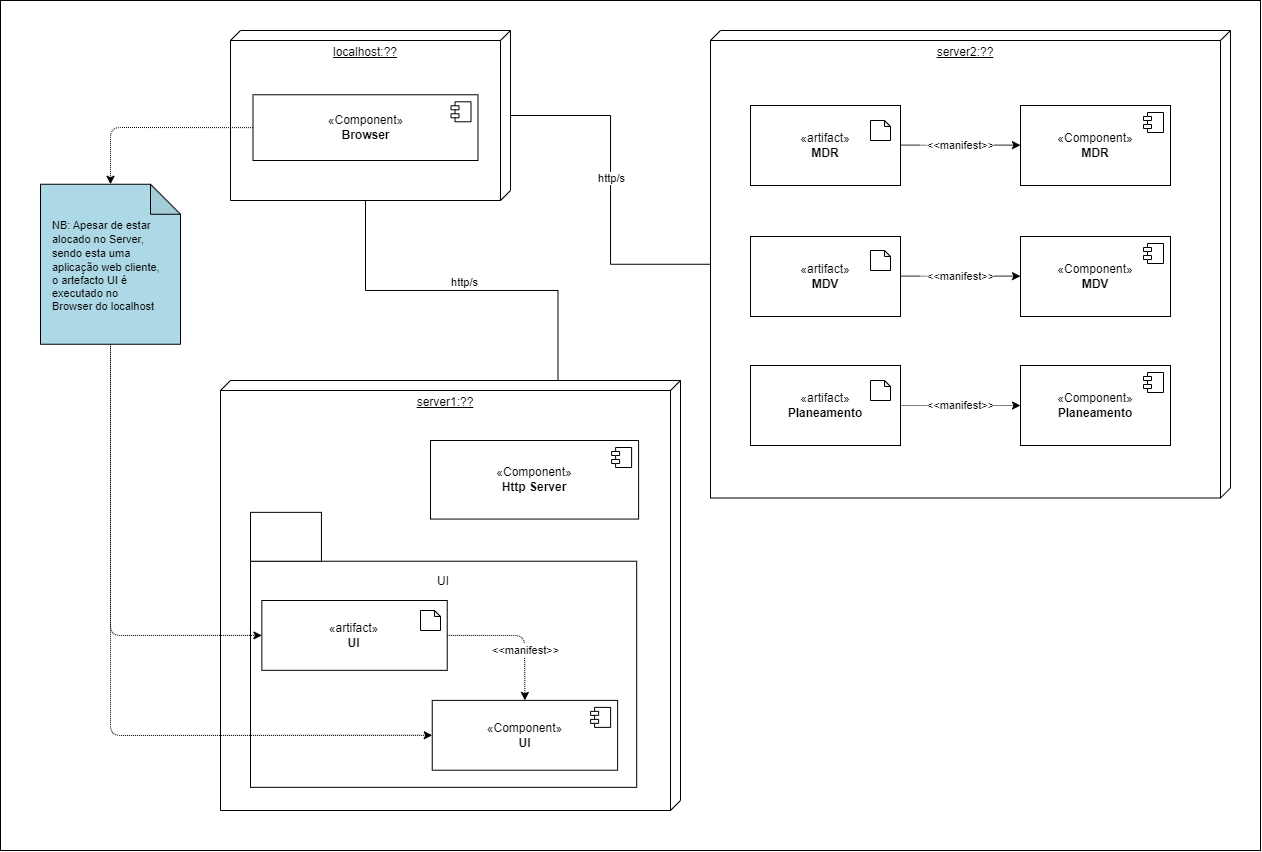
Earlier version of the draw.io export docs/global-artifacts/03.design/mapping-views/level-2/png/N2-VI-VF.png (vscosousa/LAPR5_3DC_G15). Source tidied: cells renumbered, new cells last; positions are measured from the earlier drawing's top-left corner, leaving out a move shared by most shapes.
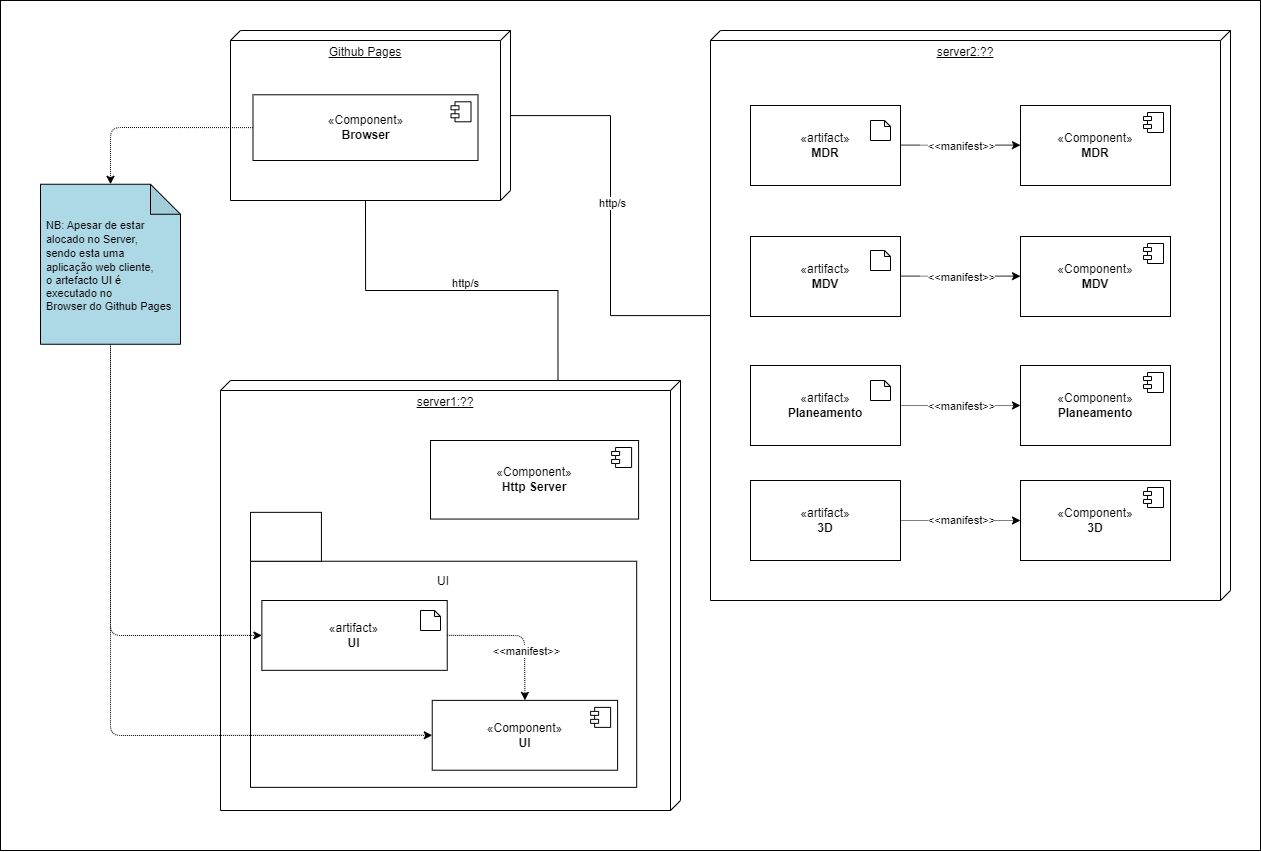
Later version of the same file.

Change to the diagram source:
```diff
@@ -73,10 +73,10 @@
       </mxGeometry>
     </mxCell>
     <mxCell id="22" style="group;" parent="19" vertex="1">
-      <mxGeometry x="710" y="30" width="520" height="467.5" as="geometry" />
+      <mxGeometry x="710" y="30" width="520" height="570" as="geometry" />
     </mxCell>
     <mxCell id="23" value="server2:??" style="verticalAlign=top;align=center;spacingTop=8;spacingLeft=2;spacingRight=12;shape=cube;size=10;direction=south;fontStyle=4;html=1;whiteSpace=wrap;" parent="22" vertex="1">
-      <mxGeometry width="520" height="467.5" as="geometry" />
+      <mxGeometry width="520" height="570" as="geometry" />
     </mxCell>
     <mxCell id="24" value="«Component&lt;span style=&quot;background-color: initial;&quot;&gt;»&lt;/span&gt;&lt;div&gt;&lt;b&gt;MDR&lt;/b&gt;&lt;/div&gt;" style="html=1;whiteSpace=wrap;" parent="22" vertex="1">
       <mxGeometry x="310" y="75" width="150" height="80" as="geometry" />
@@ -160,10 +160,29 @@
         <mxPoint x="-18" y="1" as="offset" />
       </mxGeometry>
     </mxCell>
+    <mxCell id="51" style="edgeStyle=none;html=1;entryX=0;entryY=0.5;entryDx=0;entryDy=0;dashed=1;dashPattern=1 1;" parent="22" edge="1" source="53" target="54">
+      <mxGeometry relative="1" as="geometry" />
+    </mxCell>
+    <mxCell id="52" value="&amp;lt;&amp;lt;manifest&amp;gt;&amp;gt;" style="edgeLabel;html=1;align=center;verticalAlign=middle;" parent="51" vertex="1">
+      <mxGeometry x="0.06" relative="1" as="geometry">
+        <mxPoint x="-4" y="-1" as="offset" />
+      </mxGeometry>
+    </mxCell>
+    <mxCell id="53" value="«artifact&lt;span style=&quot;background-color: initial;&quot;&gt;»&lt;/span&gt;&lt;div&gt;&lt;b&gt;3D&lt;/b&gt;&lt;/div&gt;" style="html=1;whiteSpace=wrap;" parent="22" vertex="1">
+      <mxGeometry x="40" y="450" width="150" height="80" as="geometry" />
+    </mxCell>
+    <mxCell id="54" value="«Component&lt;span style=&quot;background-color: initial;&quot;&gt;»&lt;/span&gt;&lt;div&gt;&lt;b&gt;3D&lt;/b&gt;&lt;/div&gt;" style="html=1;whiteSpace=wrap;" parent="22" vertex="1">
+      <mxGeometry x="310" y="450" width="150" height="80" as="geometry" />
+    </mxCell>
+    <mxCell id="55" style="shape=module;jettyWidth=8;jettyHeight=4;" parent="54" vertex="1">
+      <mxGeometry x="1" width="20" height="20" relative="1" as="geometry">
+        <mxPoint x="-27" y="7" as="offset" />
+      </mxGeometry>
+    </mxCell>
     <mxCell id="42" style="group;" parent="19" vertex="1">
       <mxGeometry x="230" y="30" width="280" height="210" as="geometry" />
     </mxCell>
-    <mxCell id="43" value="localhost:??" style="verticalAlign=top;align=center;spacingTop=8;spacingLeft=2;spacingRight=12;shape=cube;size=10;direction=south;fontStyle=4;html=1;whiteSpace=wrap;" parent="42" vertex="1">
+    <mxCell id="43" value="Github Pages" style="verticalAlign=top;align=center;spacingTop=8;spacingLeft=2;spacingRight=12;shape=cube;size=10;direction=south;fontStyle=4;html=1;whiteSpace=wrap;" parent="42" vertex="1">
       <mxGeometry width="280" height="170" as="geometry" />
     </mxCell>
     <mxCell id="44" value="«Component&lt;span style=&quot;background-color: initial;&quot;&gt;»&lt;/span&gt;&lt;div&gt;&lt;b&gt;Browser&lt;/b&gt;&lt;/div&gt;" style="html=1;whiteSpace=wrap;" parent="42" vertex="1">
@@ -198,8 +217,8 @@
         </Array>
       </mxGeometry>
     </mxCell>
-    <mxCell id="50" value="&lt;font style=&quot;font-size: 11px;&quot;&gt;NB: Apesar de estar &lt;br&gt;alocado no Server, &lt;br&gt;sendo esta uma&lt;br&gt;&lt;/font&gt;&lt;div style=&quot;font-size: 11px;&quot;&gt;&lt;span style=&quot;background-color: initial;&quot;&gt;&lt;font style=&quot;font-size: 11px;&quot;&gt;aplicação web cliente,&amp;nbsp;&lt;/font&gt;&lt;/span&gt;&lt;/div&gt;&lt;div style=&quot;font-size: 11px;&quot;&gt;&lt;font style=&quot;font-size: 11px;&quot;&gt;&lt;span style=&quot;background-color: initial;&quot;&gt;o&amp;nbsp;&lt;/span&gt;&lt;span style=&quot;background-color: initial;&quot;&gt;artefacto UI é&amp;nbsp;&lt;/span&gt;&lt;/font&gt;&lt;/div&gt;&lt;div style=&quot;font-size: 11px;&quot;&gt;&lt;span style=&quot;background-color: initial;&quot;&gt;&lt;font style=&quot;font-size: 11px;&quot;&gt;executado no&lt;/font&gt;&lt;/span&gt;&lt;/div&gt;&lt;div style=&quot;font-size: 11px;&quot;&gt;&lt;font style=&quot;font-size: 11px;&quot;&gt;Browser do localhost&lt;/font&gt;&lt;/div&gt;" style="text;html=1;align=left;verticalAlign=middle;strokeColor=none;fillColor=none;" parent="19" vertex="1">
-      <mxGeometry x="50" y="210" width="130" height="110" as="geometry" />
+    <mxCell id="50" value="&lt;font style=&quot;font-size: 11px;&quot;&gt;NB: Apesar de estar &lt;br&gt;alocado no Server, &lt;br&gt;sendo esta uma&lt;br&gt;&lt;/font&gt;&lt;div style=&quot;font-size: 11px;&quot;&gt;&lt;span style=&quot;background-color: initial;&quot;&gt;&lt;font style=&quot;font-size: 11px;&quot;&gt;aplicação web cliente,&amp;nbsp;&lt;/font&gt;&lt;/span&gt;&lt;/div&gt;&lt;div style=&quot;font-size: 11px;&quot;&gt;&lt;font style=&quot;font-size: 11px;&quot;&gt;&lt;span style=&quot;background-color: initial;&quot;&gt;o&amp;nbsp;&lt;/span&gt;&lt;span style=&quot;background-color: initial;&quot;&gt;artefacto UI é&amp;nbsp;&lt;/span&gt;&lt;/font&gt;&lt;/div&gt;&lt;div style=&quot;font-size: 11px;&quot;&gt;&lt;span style=&quot;background-color: initial;&quot;&gt;&lt;font style=&quot;font-size: 11px;&quot;&gt;executado no&lt;/font&gt;&lt;/span&gt;&lt;/div&gt;&lt;div style=&quot;font-size: 11px;&quot;&gt;&lt;font style=&quot;font-size: 11px;&quot;&gt;Browser do Github Pages&lt;/font&gt;&lt;/div&gt;" style="text;html=1;align=left;verticalAlign=middle;strokeColor=none;fillColor=none;" parent="19" vertex="1">
+      <mxGeometry x="44" y="210" width="150" height="110" as="geometry" />
     </mxCell>
   </root>
 </mxGraphModel>
```
